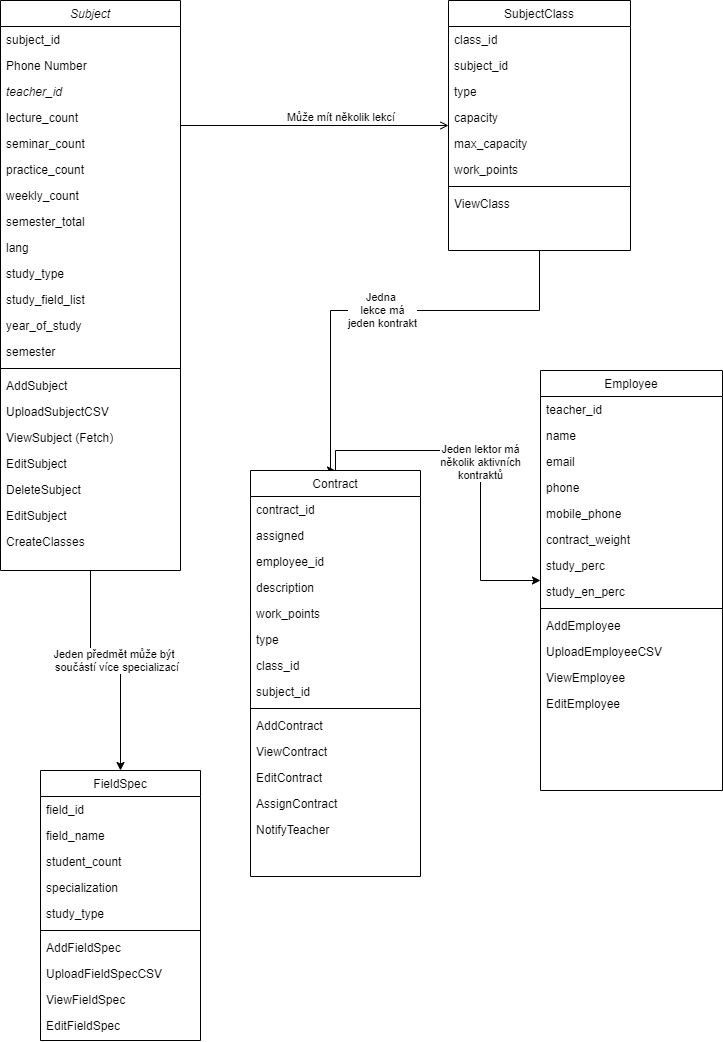
The draw.io diagram preparation/UTBproject.png in zisito/utbpo, before a commit. Source tidied: cells renumbered, new cells last; positions are measured from the earlier drawing's top-left corner, leaving out a move shared by most shapes.
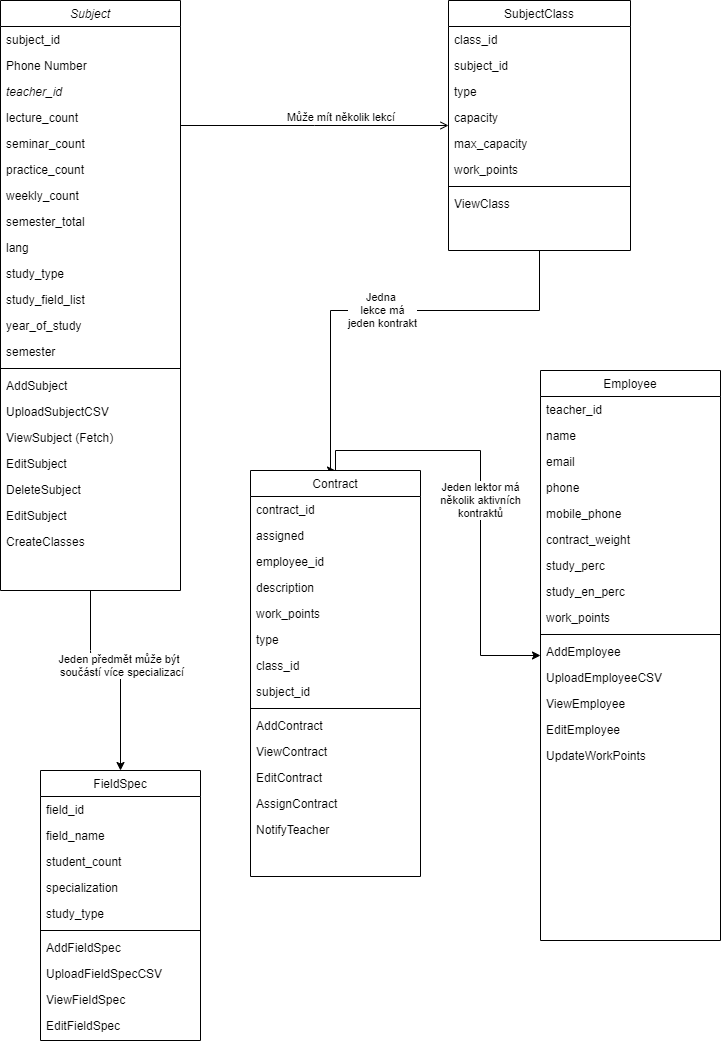
After the change.

Change to the diagram source:
```diff
@@ -3,7 +3,7 @@
     <mxCell id="0" />
     <mxCell id="1" parent="0" />
     <mxCell id="2" value="Subject" style="swimlane;fontStyle=2;align=center;verticalAlign=top;horizontal=1;startSize=26;rounded=0;shadow=0;strokeWidth=1;" parent="1" vertex="1">
-      <mxGeometry width="180" height="570" as="geometry" />
+      <mxGeometry width="180" height="590" as="geometry" />
     </mxCell>
     <mxCell id="3" value="subject_id" style="text;align=left;verticalAlign=top;spacingLeft=4;spacingRight=4;overflow=hidden;" parent="2" vertex="1">
       <mxGeometry y="26" width="180" height="26" as="geometry" />
@@ -154,47 +154,53 @@
       <mxGeometry relative="1" as="geometry" />
     </mxCell>
     <mxCell id="49" value="Employee" style="swimlane;fontStyle=0;align=center;verticalAlign=top;horizontal=1;startSize=26;rounded=0;shadow=0;strokeWidth=1;" parent="1" vertex="1">
-      <mxGeometry x="540" y="370" width="182" height="420" as="geometry" />
+      <mxGeometry x="540" y="370" width="180" height="570" as="geometry" />
     </mxCell>
     <mxCell id="50" value="teacher_id" style="text;align=left;verticalAlign=top;spacingLeft=4;spacingRight=4;overflow=hidden;" parent="49" vertex="1">
-      <mxGeometry y="26" width="182" height="26" as="geometry" />
+      <mxGeometry y="26" width="180" height="26" as="geometry" />
     </mxCell>
     <mxCell id="51" value="name" style="text;align=left;verticalAlign=top;spacingLeft=4;spacingRight=4;overflow=hidden;rounded=0;shadow=0;html=0;" parent="49" vertex="1">
-      <mxGeometry y="52" width="182" height="26" as="geometry" />
+      <mxGeometry y="52" width="180" height="26" as="geometry" />
     </mxCell>
     <mxCell id="52" value="email" style="text;align=left;verticalAlign=top;spacingLeft=4;spacingRight=4;overflow=hidden;rounded=0;shadow=0;html=0;" parent="49" vertex="1">
-      <mxGeometry y="78" width="182" height="26" as="geometry" />
+      <mxGeometry y="78" width="180" height="26" as="geometry" />
     </mxCell>
     <mxCell id="53" value="phone" style="text;align=left;verticalAlign=top;spacingLeft=4;spacingRight=4;overflow=hidden;rounded=0;shadow=0;html=0;" parent="49" vertex="1">
-      <mxGeometry y="104" width="182" height="26" as="geometry" />
+      <mxGeometry y="104" width="180" height="26" as="geometry" />
     </mxCell>
     <mxCell id="54" value="mobile_phone" style="text;align=left;verticalAlign=top;spacingLeft=4;spacingRight=4;overflow=hidden;rounded=0;shadow=0;html=0;" parent="49" vertex="1">
-      <mxGeometry y="130" width="182" height="26" as="geometry" />
+      <mxGeometry y="130" width="180" height="26" as="geometry" />
     </mxCell>
     <mxCell id="55" value="contract_weight" style="text;align=left;verticalAlign=top;spacingLeft=4;spacingRight=4;overflow=hidden;" parent="49" vertex="1">
-      <mxGeometry y="156" width="182" height="26" as="geometry" />
+      <mxGeometry y="156" width="180" height="26" as="geometry" />
     </mxCell>
     <mxCell id="56" value="study_perc" style="text;align=left;verticalAlign=top;spacingLeft=4;spacingRight=4;overflow=hidden;" parent="49" vertex="1">
-      <mxGeometry y="182" width="182" height="26" as="geometry" />
+      <mxGeometry y="182" width="180" height="26" as="geometry" />
     </mxCell>
     <mxCell id="57" value="study_en_perc" style="text;align=left;verticalAlign=top;spacingLeft=4;spacingRight=4;overflow=hidden;" parent="49" vertex="1">
-      <mxGeometry y="208" width="182" height="26" as="geometry" />
+      <mxGeometry y="208" width="180" height="26" as="geometry" />
     </mxCell>
+    <mxCell id="79" value="work_points" style="text;align=left;verticalAlign=top;spacingLeft=4;spacingRight=4;overflow=hidden;" parent="49" vertex="1">
+      <mxGeometry y="234" width="180" height="26" as="geometry" />
+    </mxCell>
     <mxCell id="58" style="line;html=1;strokeWidth=1;align=left;verticalAlign=middle;spacingTop=-1;spacingLeft=3;spacingRight=3;labelPosition=right;" parent="49" vertex="1">
-      <mxGeometry y="234" width="182" height="8" as="geometry" />
+      <mxGeometry y="260" width="180" height="8" as="geometry" />
     </mxCell>
     <mxCell id="59" value="AddEmployee" style="text;align=left;verticalAlign=top;spacingLeft=4;spacingRight=4;overflow=hidden;" parent="49" vertex="1">
-      <mxGeometry y="242" width="182" height="26" as="geometry" />
+      <mxGeometry y="268" width="180" height="26" as="geometry" />
     </mxCell>
     <mxCell id="60" value="UploadEmployeeCSV" style="text;align=left;verticalAlign=top;spacingLeft=4;spacingRight=4;overflow=hidden;" parent="49" vertex="1">
-      <mxGeometry y="268" width="182" height="26" as="geometry" />
+      <mxGeometry y="294" width="180" height="26" as="geometry" />
     </mxCell>
     <mxCell id="61" value="ViewEmployee" style="text;align=left;verticalAlign=top;spacingLeft=4;spacingRight=4;overflow=hidden;" parent="49" vertex="1">
-      <mxGeometry y="294" width="182" height="26" as="geometry" />
+      <mxGeometry y="320" width="180" height="26" as="geometry" />
     </mxCell>
     <mxCell id="62" value="EditEmployee" style="text;align=left;verticalAlign=top;spacingLeft=4;spacingRight=4;overflow=hidden;" parent="49" vertex="1">
-      <mxGeometry y="320" width="182" height="26" as="geometry" />
+      <mxGeometry y="346" width="180" height="26" as="geometry" />
     </mxCell>
+    <mxCell id="80" value="UpdateWorkPoints" style="text;align=left;verticalAlign=top;spacingLeft=4;spacingRight=4;overflow=hidden;" parent="49" vertex="1">
+      <mxGeometry y="372" width="180" height="26" as="geometry" />
+    </mxCell>
     <mxCell id="63" value="Contract" style="swimlane;fontStyle=0;align=center;verticalAlign=top;horizontal=1;startSize=26;rounded=0;shadow=0;strokeWidth=1;" parent="1" vertex="1">
       <mxGeometry x="250" y="470" width="170" height="406" as="geometry" />
     </mxCell>
```
